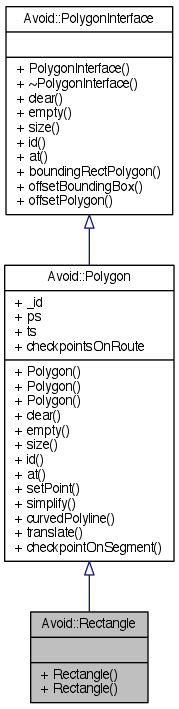
This is documentation/classAvoid_1_1Rectangle__inherit__graph.png from mjwybrow/adaptagrams, a Graphviz export, as it was before one commit. Its source is kept beside it as documentation/classAvoid_1_1Rectangle__inherit__graph.dot. The source it was exported from:
```dot
digraph "Avoid::Rectangle"
{
  edge [fontname="Helvetica",fontsize="10",labelfontname="Helvetica",labelfontsize="10"];
  node [fontname="Helvetica",fontsize="10",shape=record];
  Node1 [label="{Avoid::Rectangle\n||+ Rectangle()\l+ Rectangle()\l}",height=0.2,width=0.4,color="black", fillcolor="grey75", style="filled" fontcolor="black"];
  Node2 -> Node1 [dir="back",color="midnightblue",fontsize="10",style="solid",arrowtail="onormal",fontname="Helvetica"];
  Node2 [label="{Avoid::Polygon\n|+ _id\l+ ps\l+ ts\l+ checkpointsOnRoute\l|+ Polygon()\l+ Polygon()\l+ Polygon()\l+ clear()\l+ empty()\l+ size()\l+ id()\l+ at()\l+ setPoint()\l+ simplify()\l+ curvedPolyline()\l+ translate()\l+ checkpointOnSegment()\l}",height=0.2,width=0.4,color="black", fillcolor="white", style="filled",URL="$classAvoid_1_1Polygon.html",tooltip="A dynamic Polygon, to which points can be easily added and removed."];
  Node3 -> Node2 [dir="back",color="midnightblue",fontsize="10",style="solid",arrowtail="onormal",fontname="Helvetica"];
  Node3 [label="{Avoid::PolygonInterface\n||+ PolygonInterface()\l+ ~PolygonInterface()\l+ clear()\l+ empty()\l+ size()\l+ id()\l+ at()\l+ boundingRectPolygon()\l+ offsetBoundingBox()\l+ offsetPolygon()\l}",height=0.2,width=0.4,color="black", fillcolor="white", style="filled",URL="$classAvoid_1_1PolygonInterface.html",tooltip="A common interface used by the Polygon classes."];
}
```
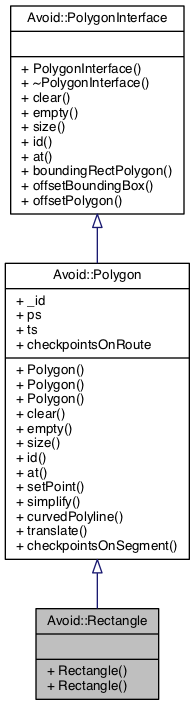
The same file after the commit.

What changed in the source:
```diff
@@ -2,9 +2,9 @@
 {
   edge [fontname="Helvetica",fontsize="10",labelfontname="Helvetica",labelfontsize="10"];
   node [fontname="Helvetica",fontsize="10",shape=record];
-  Node1 [label="{Avoid::Rectangle\n||+ Rectangle()\l+ Rectangle()\l}",height=0.2,width=0.4,color="black", fillcolor="grey75", style="filled" fontcolor="black"];
+  Node1 [label="{Avoid::Rectangle\n||+ Rectangle()\l+ Rectangle()\l}",height=0.2,width=0.4,color="black", fillcolor="grey75", style="filled", fontcolor="black"];
   Node2 -> Node1 [dir="back",color="midnightblue",fontsize="10",style="solid",arrowtail="onormal",fontname="Helvetica"];
-  Node2 [label="{Avoid::Polygon\n|+ _id\l+ ps\l+ ts\l+ checkpointsOnRoute\l|+ Polygon()\l+ Polygon()\l+ Polygon()\l+ clear()\l+ empty()\l+ size()\l+ id()\l+ at()\l+ setPoint()\l+ simplify()\l+ curvedPolyline()\l+ translate()\l+ checkpointOnSegment()\l}",height=0.2,width=0.4,color="black", fillcolor="white", style="filled",URL="$classAvoid_1_1Polygon.html",tooltip="A dynamic Polygon, to which points can be easily added and removed."];
+  Node2 [label="{Avoid::Polygon\n|+ _id\l+ ps\l+ ts\l+ checkpointsOnRoute\l|+ Polygon()\l+ Polygon()\l+ Polygon()\l+ clear()\l+ empty()\l+ size()\l+ id()\l+ at()\l+ setPoint()\l+ simplify()\l+ curvedPolyline()\l+ translate()\l+ checkpointsOnSegment()\l}",height=0.2,width=0.4,color="black", fillcolor="white", style="filled",URL="$classAvoid_1_1Polygon.html",tooltip="A dynamic Polygon, to which points can be easily added and removed. "];
   Node3 -> Node2 [dir="back",color="midnightblue",fontsize="10",style="solid",arrowtail="onormal",fontname="Helvetica"];
-  Node3 [label="{Avoid::PolygonInterface\n||+ PolygonInterface()\l+ ~PolygonInterface()\l+ clear()\l+ empty()\l+ size()\l+ id()\l+ at()\l+ boundingRectPolygon()\l+ offsetBoundingBox()\l+ offsetPolygon()\l}",height=0.2,width=0.4,color="black", fillcolor="white", style="filled",URL="$classAvoid_1_1PolygonInterface.html",tooltip="A common interface used by the Polygon classes."];
+  Node3 [label="{Avoid::PolygonInterface\n||+ PolygonInterface()\l+ ~PolygonInterface()\l+ clear()\l+ empty()\l+ size()\l+ id()\l+ at()\l+ boundingRectPolygon()\l+ offsetBoundingBox()\l+ offsetPolygon()\l}",height=0.2,width=0.4,color="black", fillcolor="white", style="filled",URL="$classAvoid_1_1PolygonInterface.html",tooltip="A common interface used by the Polygon classes. "];
 }
```
